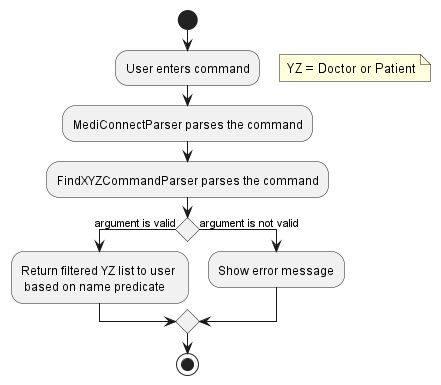
yanghengtang/tp keeps this PlantUML diagram as docs/images/FindCommandActivityDiagram.png. Above is the earlier version.
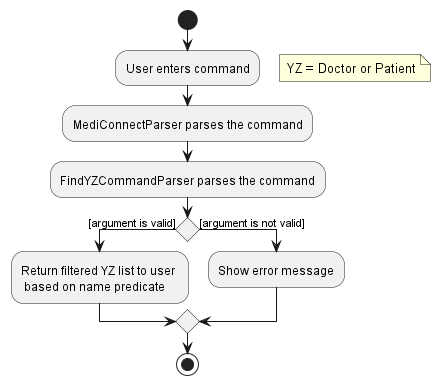
Later version of the same file.

Diff of the diagram source:
```diff
@@ -5,10 +5,10 @@
     YZ = Doctor or Patient
 endnote
 :MediConnectParser parses the command;
-:FindXYZCommandParser parses the command;
-if () then (argument is valid)
+:FindYZCommandParser parses the command;
+if () then ([argument is valid])
     :Return filtered YZ list to user \n based on name predicate;
-else (argument is not valid)
+else ([argument is not valid])
     :Show error message;
 endif
 stop
```
